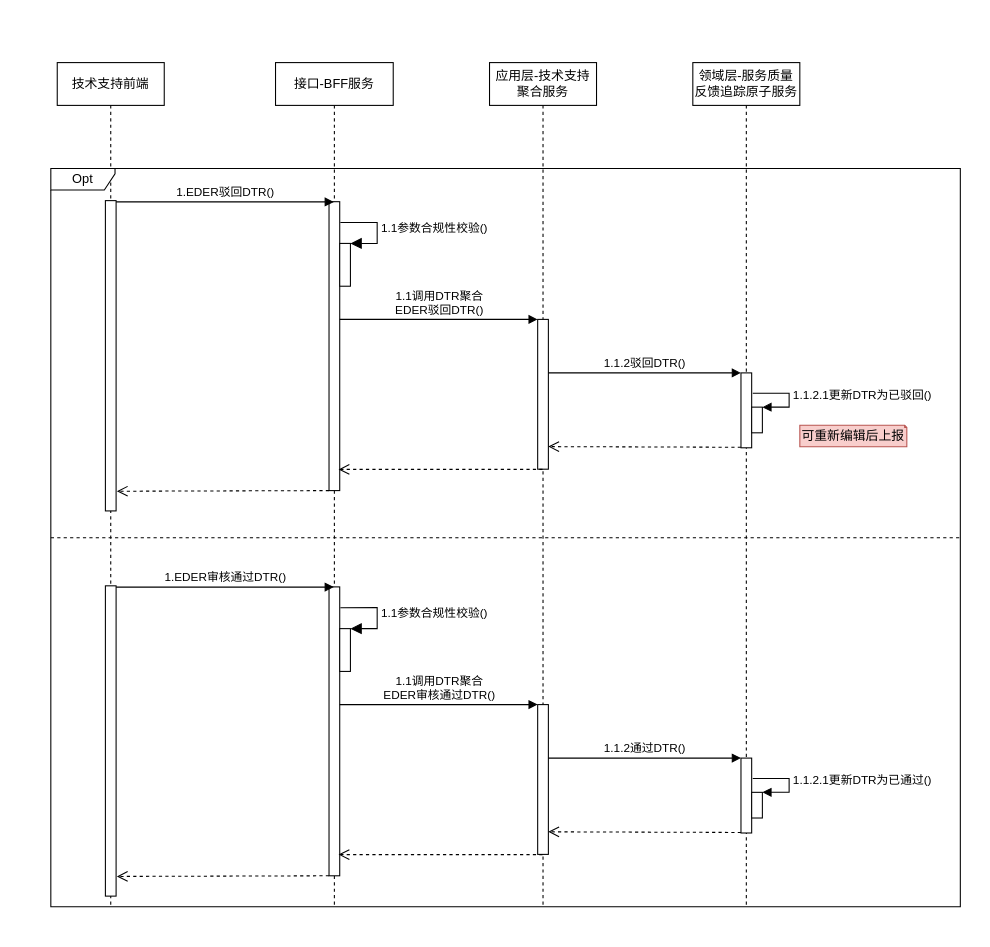
This is page "DTR行为设计-处理" (4 of 7) of images/DTR时序图.drawio from 1132489442/designer, a draw.io file, before an edit. Source tidied: cells renumbered, new cells numbered last; positions are measured from the earlier drawing's top-left corner, leaving out a move shared by most shapes. Both pictures are drawn from the tidied source at 107%, with x=0, y=0 at pixel (50, 62).
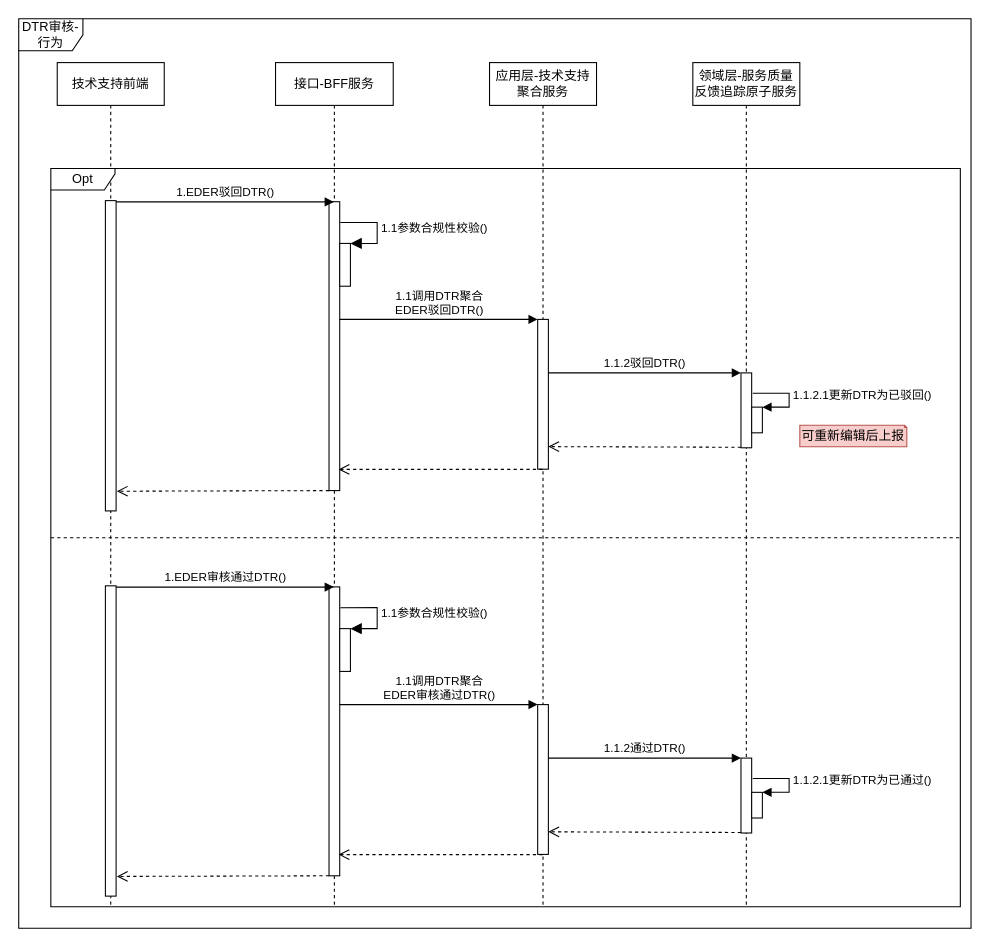
After the change.

Change to the diagram source:
```diff
@@
+    <mxCell id="37" value="DTR审核-行为" style="shape=umlFrame;whiteSpace=wrap;html=1;" parent="1" vertex="1">
+      <mxGeometry x="-30" y="-41" width="890" height="850" as="geometry" />
+    </mxCell>
```
